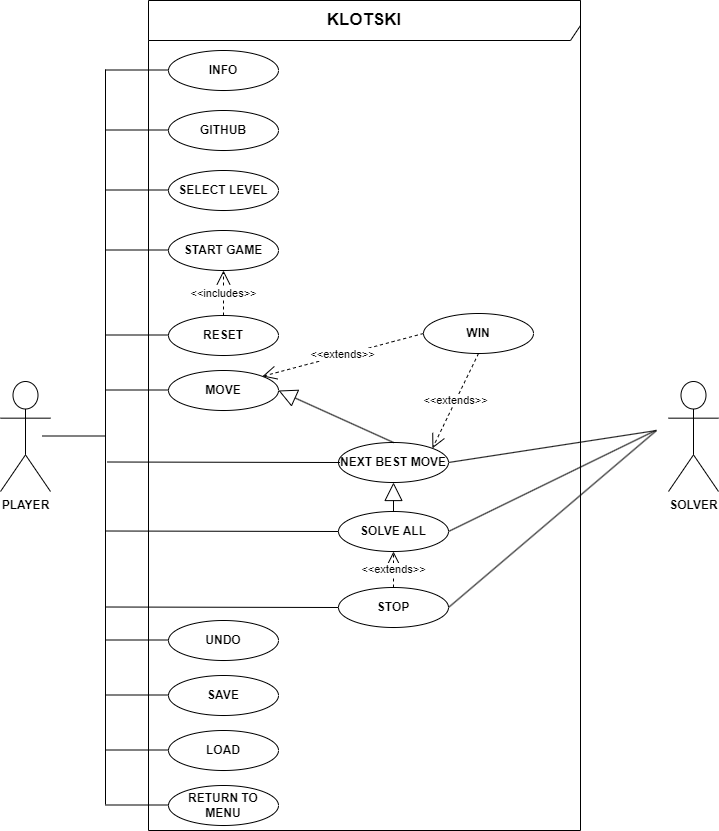
The draw.io diagram img/UseCases-light_theme.png in nickramos94/Klotski, before a commit. Source tidied: cells renumbered, new cells last; positions are measured from the earlier drawing's top-left corner, leaving out a move shared by most shapes. Its diagram source:
```xml
<mxGraphModel>
  <root>
    <mxCell id="0" />
    <mxCell id="1" parent="0" />
    <mxCell id="2" value="&lt;b&gt;&lt;font style=&quot;font-size: 17px;&quot;&gt;KLOTSKI&lt;/font&gt;&lt;/b&gt;" style="shape=umlFrame;whiteSpace=wrap;html=1;width=590;height=40;" parent="1" vertex="1">
      <mxGeometry x="148" width="432" height="830" as="geometry" />
    </mxCell>
    <mxCell id="3" value="PLAYER" style="shape=umlActor;verticalLabelPosition=bottom;verticalAlign=top;html=1;fontStyle=1;" parent="1" vertex="1">
      <mxGeometry y="381" width="50" height="110" as="geometry" />
    </mxCell>
    <mxCell id="4" value="SOLVER" style="shape=umlActor;verticalLabelPosition=bottom;verticalAlign=top;html=1;fontStyle=1;" parent="1" vertex="1">
      <mxGeometry x="668" y="381" width="50" height="110" as="geometry" />
    </mxCell>
    <mxCell id="5" value="INFO" style="ellipse;whiteSpace=wrap;html=1;fontStyle=1;fontFamily=Helvetica;fontSize=12;strokeWidth=1;" parent="1" vertex="1">
      <mxGeometry x="168" y="50" width="110" height="40" as="geometry" />
    </mxCell>
    <mxCell id="6" value="GITHUB" style="ellipse;whiteSpace=wrap;html=1;fontStyle=1;fontFamily=Helvetica;fontSize=12;strokeWidth=1;" parent="1" vertex="1">
      <mxGeometry x="168" y="110" width="110" height="40" as="geometry" />
    </mxCell>
    <mxCell id="7" value="SELECT LEVEL" style="ellipse;whiteSpace=wrap;html=1;fontStyle=1;fontFamily=Helvetica;fontSize=12;strokeWidth=1;" parent="1" vertex="1">
      <mxGeometry x="168" y="170" width="110" height="40" as="geometry" />
    </mxCell>
    <mxCell id="8" value="START GAME" style="ellipse;whiteSpace=wrap;html=1;fontStyle=1;fontFamily=Helvetica;fontSize=12;strokeWidth=1;" parent="1" vertex="1">
      <mxGeometry x="168" y="230" width="110" height="40" as="geometry" />
    </mxCell>
    <mxCell id="9" value="MOVE" style="ellipse;whiteSpace=wrap;html=1;fontStyle=1;fontFamily=Helvetica;fontSize=12;strokeWidth=1;" parent="1" vertex="1">
      <mxGeometry x="168" y="370" width="110" height="40" as="geometry" />
    </mxCell>
    <mxCell id="10" value="WIN" style="ellipse;whiteSpace=wrap;html=1;fontStyle=1;fontFamily=Helvetica;fontSize=12;strokeWidth=1;" parent="1" vertex="1">
      <mxGeometry x="423" y="313" width="110" height="40" as="geometry" />
    </mxCell>
    <mxCell id="11" value="SOLVE ALL" style="ellipse;whiteSpace=wrap;html=1;fontStyle=1;fontFamily=Helvetica;fontSize=12;strokeWidth=1;" parent="1" vertex="1">
      <mxGeometry x="338" y="511" width="110" height="40" as="geometry" />
    </mxCell>
    <mxCell id="12" value="STOP" style="ellipse;whiteSpace=wrap;html=1;fontStyle=1;fontFamily=Helvetica;fontSize=12;strokeWidth=1;" parent="1" vertex="1">
      <mxGeometry x="338" y="587" width="110" height="40" as="geometry" />
    </mxCell>
    <mxCell id="13" value="SAVE" style="ellipse;whiteSpace=wrap;html=1;fontStyle=1;fontFamily=Helvetica;fontSize=12;strokeWidth=1;" parent="1" vertex="1">
      <mxGeometry x="168" y="675" width="110" height="40" as="geometry" />
    </mxCell>
    <mxCell id="14" value="LOAD" style="ellipse;whiteSpace=wrap;html=1;fontStyle=1;fontFamily=Helvetica;fontSize=12;strokeWidth=1;" parent="1" vertex="1">
      <mxGeometry x="168" y="730" width="110" height="40" as="geometry" />
    </mxCell>
    <mxCell id="15" value="RETURN TO MENU" style="ellipse;whiteSpace=wrap;html=1;fontStyle=1;fontFamily=Helvetica;fontSize=12;strokeWidth=1;" parent="1" vertex="1">
      <mxGeometry x="168" y="785" width="110" height="40" as="geometry" />
    </mxCell>
    <mxCell id="16" style="edgeStyle=orthogonalEdgeStyle;rounded=0;orthogonalLoop=1;jettySize=auto;html=1;exitX=0.5;exitY=1;exitDx=0;exitDy=0;strokeWidth=1;" parent="1" edge="1" source="14" target="14">
      <mxGeometry relative="1" as="geometry" />
    </mxCell>
    <mxCell id="17" value="RESET" style="ellipse;whiteSpace=wrap;html=1;fontStyle=1;fontFamily=Helvetica;fontSize=12;strokeWidth=1;" parent="1" vertex="1">
      <mxGeometry x="168" y="315" width="110" height="40" as="geometry" />
    </mxCell>
    <mxCell id="18" value="UNDO" style="ellipse;whiteSpace=wrap;html=1;fontStyle=1;fontFamily=Helvetica;fontSize=12;strokeWidth=1;" parent="1" vertex="1">
      <mxGeometry x="168" y="620" width="110" height="40" as="geometry" />
    </mxCell>
    <mxCell id="19" style="endArrow=none;html=1;rounded=0;" parent="1" edge="1">
      <mxGeometry relative="1" as="geometry">
        <mxPoint x="105" y="804" as="sourcePoint" />
        <mxPoint x="105" y="69" as="targetPoint" />
      </mxGeometry>
    </mxCell>
    <mxCell id="20" style="endArrow=none;html=1;rounded=0;" parent="1" edge="1">
      <mxGeometry relative="1" as="geometry">
        <mxPoint x="42" y="435.5" as="sourcePoint" />
        <mxPoint x="105" y="435.5" as="targetPoint" />
      </mxGeometry>
    </mxCell>
    <mxCell id="21" style="endArrow=none;html=1;rounded=0;" parent="1" edge="1">
      <mxGeometry relative="1" as="geometry">
        <mxPoint x="105" y="69.5" as="sourcePoint" />
        <mxPoint x="168" y="69.5" as="targetPoint" />
      </mxGeometry>
    </mxCell>
    <mxCell id="22" style="endArrow=none;html=1;rounded=0;" parent="1" edge="1">
      <mxGeometry relative="1" as="geometry">
        <mxPoint x="105" y="129.5" as="sourcePoint" />
        <mxPoint x="168" y="129.5" as="targetPoint" />
      </mxGeometry>
    </mxCell>
    <mxCell id="23" style="endArrow=none;html=1;rounded=0;" parent="1" edge="1">
      <mxGeometry relative="1" as="geometry">
        <mxPoint x="105" y="189.5" as="sourcePoint" />
        <mxPoint x="168" y="189.5" as="targetPoint" />
      </mxGeometry>
    </mxCell>
    <mxCell id="24" style="endArrow=none;html=1;rounded=0;" parent="1" edge="1">
      <mxGeometry relative="1" as="geometry">
        <mxPoint x="105" y="249.5" as="sourcePoint" />
        <mxPoint x="168" y="249.5" as="targetPoint" />
      </mxGeometry>
    </mxCell>
    <mxCell id="25" style="endArrow=none;html=1;rounded=0;" parent="1" edge="1">
      <mxGeometry relative="1" as="geometry">
        <mxPoint x="105" y="334.5" as="sourcePoint" />
        <mxPoint x="168" y="334.5" as="targetPoint" />
      </mxGeometry>
    </mxCell>
    <mxCell id="26" style="endArrow=none;html=1;rounded=0;" parent="1" edge="1">
      <mxGeometry relative="1" as="geometry">
        <mxPoint x="105" y="389.5" as="sourcePoint" />
        <mxPoint x="168" y="389.5" as="targetPoint" />
      </mxGeometry>
    </mxCell>
    <mxCell id="27" style="endArrow=none;html=1;rounded=0;" parent="1" edge="1">
      <mxGeometry relative="1" as="geometry">
        <mxPoint x="105" y="639.5" as="sourcePoint" />
        <mxPoint x="168" y="639.5" as="targetPoint" />
      </mxGeometry>
    </mxCell>
    <mxCell id="28" style="endArrow=none;html=1;rounded=0;" parent="1" edge="1">
      <mxGeometry relative="1" as="geometry">
        <mxPoint x="105" y="694.5" as="sourcePoint" />
        <mxPoint x="168" y="694.5" as="targetPoint" />
      </mxGeometry>
    </mxCell>
    <mxCell id="29" style="endArrow=none;html=1;rounded=0;" parent="1" edge="1">
      <mxGeometry relative="1" as="geometry">
        <mxPoint x="105" y="749.5" as="sourcePoint" />
        <mxPoint x="168" y="749.5" as="targetPoint" />
      </mxGeometry>
    </mxCell>
    <mxCell id="30" style="endArrow=none;html=1;rounded=0;" parent="1" edge="1">
      <mxGeometry relative="1" as="geometry">
        <mxPoint x="105" y="804.5" as="sourcePoint" />
        <mxPoint x="168" y="804.5" as="targetPoint" />
      </mxGeometry>
    </mxCell>
    <mxCell id="31" style="endArrow=none;html=1;rounded=0;exitX=1;exitY=0.5;exitDx=0;exitDy=0;" parent="1" edge="1" source="12">
      <mxGeometry relative="1" as="geometry">
        <mxPoint x="656" y="430" as="targetPoint" />
      </mxGeometry>
    </mxCell>
    <mxCell id="32" style="endArrow=none;html=1;rounded=0;exitX=1;exitY=0.5;exitDx=0;exitDy=0;" parent="1" edge="1" source="11">
      <mxGeometry relative="1" as="geometry">
        <mxPoint x="655" y="430" as="targetPoint" />
      </mxGeometry>
    </mxCell>
    <mxCell id="33" style="endArrow=none;html=1;rounded=0;exitX=1;exitY=0.5;exitDx=0;exitDy=0;" parent="1" edge="1" source="37">
      <mxGeometry relative="1" as="geometry">
        <mxPoint x="656" y="430" as="targetPoint" />
      </mxGeometry>
    </mxCell>
    <mxCell id="34" style="endArrow=none;html=1;rounded=0;entryX=0;entryY=0.5;entryDx=0;entryDy=0;" parent="1" edge="1">
      <mxGeometry relative="1" as="geometry">
        <mxPoint x="105" y="530.5" as="sourcePoint" />
        <mxPoint x="338" y="531" as="targetPoint" />
      </mxGeometry>
    </mxCell>
    <mxCell id="35" style="endArrow=none;html=1;rounded=0;entryX=0;entryY=0.5;entryDx=0;entryDy=0;" parent="1" edge="1">
      <mxGeometry relative="1" as="geometry">
        <mxPoint x="105" y="606.5" as="sourcePoint" />
        <mxPoint x="338" y="607" as="targetPoint" />
      </mxGeometry>
    </mxCell>
    <mxCell id="36" value="&amp;lt;&amp;lt;includes&amp;gt;&amp;gt;" style="endArrow=open;endSize=12;dashed=1;html=1;rounded=0;exitX=0.5;exitY=0;exitDx=0;exitDy=0;entryX=0.5;entryY=1;entryDx=0;entryDy=0;labelBackgroundColor=#FFFFFF;fontColor=#000000;" parent="1" edge="1" source="17" target="8">
      <mxGeometry relative="1" as="geometry" />
    </mxCell>
    <mxCell id="37" value="NEXT BEST MOVE" style="ellipse;whiteSpace=wrap;html=1;fontStyle=1;fontFamily=Helvetica;fontSize=12;strokeWidth=1;" parent="1" vertex="1">
      <mxGeometry x="338" y="442" width="110" height="40" as="geometry" />
    </mxCell>
    <mxCell id="38" style="endArrow=none;html=1;rounded=0;entryX=0;entryY=0.5;entryDx=0;entryDy=0;" parent="1" edge="1">
      <mxGeometry relative="1" as="geometry">
        <mxPoint x="106.5" y="461.5" as="sourcePoint" />
        <mxPoint x="339.5" y="462" as="targetPoint" />
      </mxGeometry>
    </mxCell>
    <mxCell id="39" style="endArrow=block;endSize=16;endFill=0;html=1;rounded=0;exitX=0.5;exitY=0;exitDx=0;exitDy=0;entryX=1;entryY=0.5;entryDx=0;entryDy=0;" parent="1" edge="1" source="37" target="9">
      <mxGeometry relative="1" as="geometry" />
    </mxCell>
    <mxCell id="40" style="endArrow=block;endSize=16;endFill=0;html=1;rounded=0;exitX=0.5;exitY=0;exitDx=0;exitDy=0;entryX=0.5;entryY=1;entryDx=0;entryDy=0;" parent="1" edge="1" source="11" target="37">
      <mxGeometry relative="1" as="geometry" />
    </mxCell>
    <mxCell id="41" value="&amp;lt;&amp;lt;extends&amp;gt;&amp;gt;" style="endArrow=open;endSize=12;dashed=1;html=1;rounded=0;exitX=0.5;exitY=0;exitDx=0;exitDy=0;entryX=0.5;entryY=1;entryDx=0;entryDy=0;labelBackgroundColor=#FFFFFF;fontColor=#000000;" parent="1" edge="1" source="12" target="11">
      <mxGeometry relative="1" as="geometry" />
    </mxCell>
    <mxCell id="42" value="&amp;lt;&amp;lt;extends&amp;gt;&amp;gt;" style="endArrow=open;endSize=12;dashed=1;html=1;rounded=0;exitX=0;exitY=0.5;exitDx=0;exitDy=0;entryX=1;entryY=0;entryDx=0;entryDy=0;labelBackgroundColor=#FFFFFF;fontColor=#000000;" parent="1" edge="1" source="10" target="9">
      <mxGeometry relative="1" as="geometry" />
    </mxCell>
    <mxCell id="43" value="&amp;lt;&amp;lt;extends&amp;gt;&amp;gt;" style="endArrow=open;endSize=12;dashed=1;html=1;rounded=0;exitX=0.5;exitY=1;exitDx=0;exitDy=0;entryX=1;entryY=0;entryDx=0;entryDy=0;labelBackgroundColor=#FFFFFF;fontColor=#000000;" parent="1" edge="1" source="10" target="37">
      <mxGeometry relative="1" as="geometry" />
    </mxCell>
  </root>
</mxGraphModel>
```
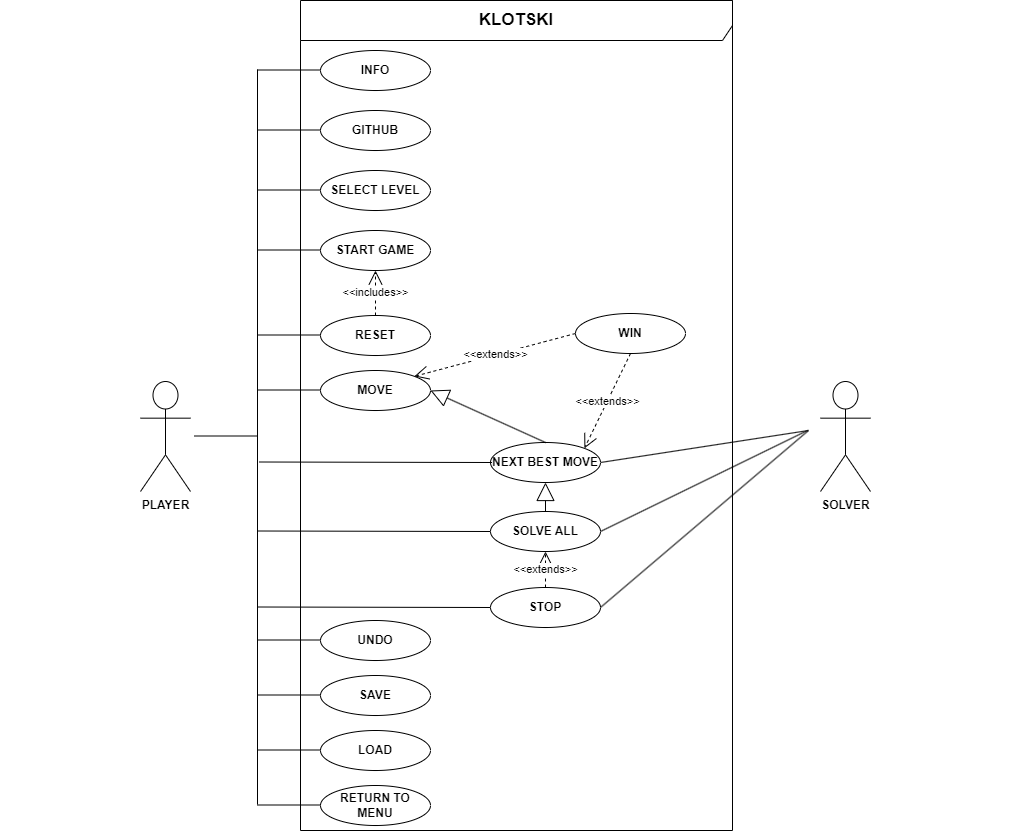
The same diagram one commit later.

What changed in the source:
```diff
@@ -6,7 +6,7 @@
       <mxGeometry x="148" width="432" height="830" as="geometry" />
     </mxCell>
     <mxCell id="3" value="PLAYER" style="shape=umlActor;verticalLabelPosition=bottom;verticalAlign=top;html=1;fontStyle=1;" parent="1" vertex="1">
-      <mxGeometry y="381" width="50" height="110" as="geometry" />
+      <mxGeometry x="-12" y="381" width="50" height="110" as="geometry" />
     </mxCell>
     <mxCell id="4" value="SOLVER" style="shape=umlActor;verticalLabelPosition=bottom;verticalAlign=top;html=1;fontStyle=1;" parent="1" vertex="1">
       <mxGeometry x="668" y="381" width="50" height="110" as="geometry" />
@@ -179,5 +179,17 @@
     <mxCell id="43" value="&amp;lt;&amp;lt;extends&amp;gt;&amp;gt;" style="endArrow=open;endSize=12;dashed=1;html=1;rounded=0;exitX=0.5;exitY=1;exitDx=0;exitDy=0;entryX=1;entryY=0;entryDx=0;entryDy=0;labelBackgroundColor=#FFFFFF;fontColor=#000000;" parent="1" edge="1" source="10" target="37">
       <mxGeometry relative="1" as="geometry" />
     </mxCell>
+    <mxCell id="44" style="endArrow=none;html=1;rounded=0;strokeColor=#FFFFFF;" parent="1" edge="1">
+      <mxGeometry relative="1" as="geometry">
+        <mxPoint x="-152" y="430" as="sourcePoint" />
+        <mxPoint x="-12" y="430" as="targetPoint" />
+      </mxGeometry>
+    </mxCell>
+    <mxCell id="45" style="endArrow=none;html=1;rounded=0;strokeColor=#FFFFFF;" parent="1" edge="1">
+      <mxGeometry relative="1" as="geometry">
+        <mxPoint x="718" y="430" as="sourcePoint" />
+        <mxPoint x="858" y="430" as="targetPoint" />
+      </mxGeometry>
+    </mxCell>
   </root>
 </mxGraphModel>
```
